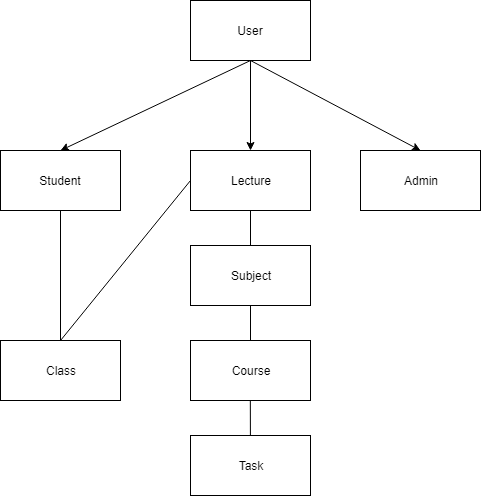
gitjuzer/AFP2_2019_C keeps this draw.io diagram as Documents/Abstract Domain Modell Diagram.png. Above is the earlier version. Source tidied: cells renumbered, new cells last; positions are measured from the earlier drawing's top-left corner, leaving out a move shared by most shapes.
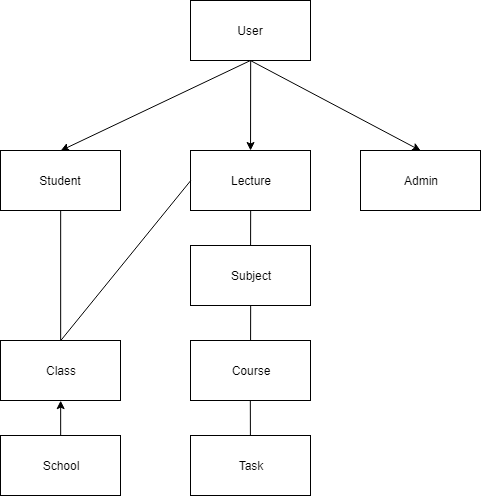
Above is the later version.

Change to the diagram source:
```diff
@@ -54,5 +54,11 @@
     <mxCell id="17" style="endArrow=none;html=1;entryX=0.5;entryY=1;entryDx=0;entryDy=0;exitX=0.5;exitY=0;exitDx=0;exitDy=0;" parent="1" edge="1" source="15" target="3">
       <mxGeometry relative="1" as="geometry" />
     </mxCell>
+    <mxCell id="18" value="School" style="rounded=0;whiteSpace=wrap;html=1;" parent="1" vertex="1">
+      <mxGeometry y="435" width="120" height="60" as="geometry" />
+    </mxCell>
+    <mxCell id="19" style="endArrow=classic;html=1;entryX=0.5;entryY=1;entryDx=0;entryDy=0;exitX=0.5;exitY=0;exitDx=0;exitDy=0;" parent="1" edge="1" source="18" target="15">
+      <mxGeometry relative="1" as="geometry" />
+    </mxCell>
   </root>
 </mxGraphModel>
```
